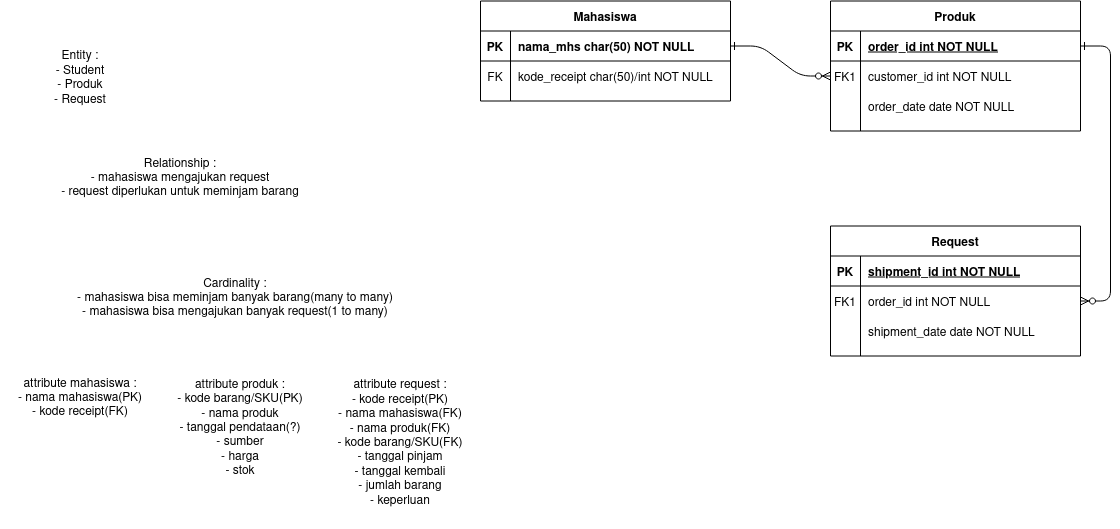
The draw.io diagram diagrams/ER diagram.drawio.png in johannfac/aplikasipeminjamanaset, before a commit. Source tidied: cells renumbered, new cells last; positions are measured from the earlier drawing's top-left corner, leaving out a move shared by most shapes.
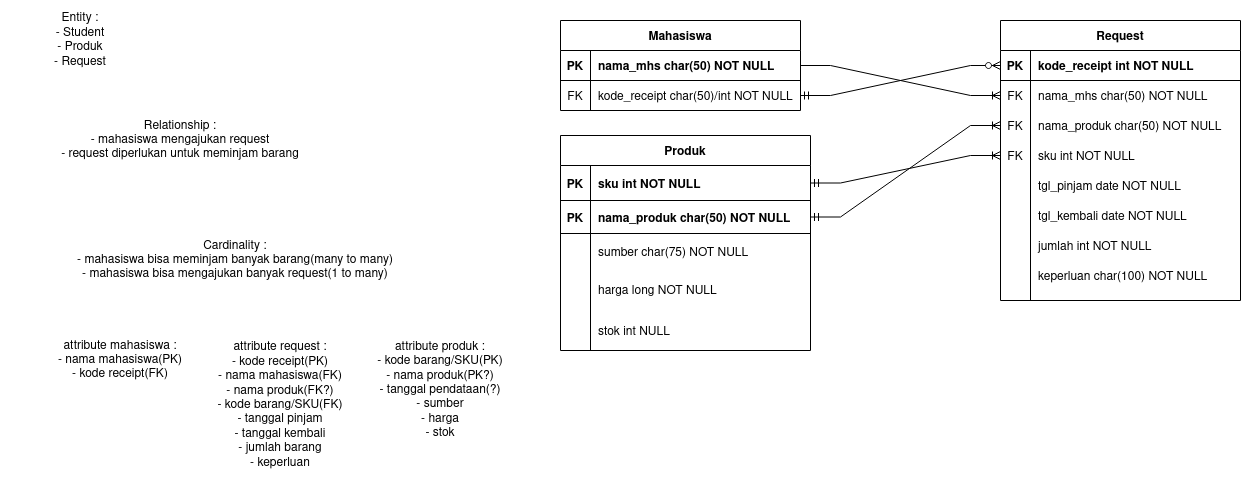
Above is the later version.

Diff of the diagram source:
```diff
@@ -2,92 +2,101 @@
   <root>
     <mxCell id="0" />
     <mxCell id="1" parent="0" />
-    <mxCell id="2" style="edgeStyle=entityRelationEdgeStyle;endArrow=ERzeroToMany;startArrow=ERone;endFill=1;startFill=0;" parent="1" edge="1" source="25" target="8">
-      <mxGeometry relative="1" as="geometry" />
-    </mxCell>
-    <mxCell id="3" style="edgeStyle=entityRelationEdgeStyle;endArrow=ERzeroToMany;startArrow=ERone;endFill=1;startFill=0;" parent="1" edge="1" source="5" target="18">
-      <mxGeometry relative="1" as="geometry" />
-    </mxCell>
-    <mxCell id="4" value="Produk" style="shape=table;startSize=30;rowLines=0;fontStyle=1;align=center;fontColor=default;fillColor=default;strokeColor=default;" parent="1" vertex="1">
-      <mxGeometry x="830" y="0.5" width="250" height="130" as="geometry" />
-    </mxCell>
-    <mxCell id="5" style="shape=partialRectangle;fillColor=none;points=[[0,0.5],[1,0.5]];portConstraint=eastwest;top=0;left=0;right=0;bottom=1;" parent="4" vertex="1">
-      <mxGeometry y="30" width="250" height="30" as="geometry" />
-    </mxCell>
-    <mxCell id="6" value="PK" style="shape=partialRectangle;overflow=hidden;fillColor=none;top=0;left=0;bottom=0;right=0;fontStyle=1;" parent="5" vertex="1">
-      <mxGeometry width="30" height="30" as="geometry" />
-    </mxCell>
-    <mxCell id="7" value="order_id int NOT NULL " style="shape=partialRectangle;overflow=hidden;fillColor=none;top=0;left=0;bottom=0;right=0;align=left;spacingLeft=6;fontStyle=5;" parent="5" vertex="1">
-      <mxGeometry x="30" width="220" height="30" as="geometry" />
-    </mxCell>
-    <mxCell id="8" style="shape=partialRectangle;fillColor=none;points=[[0,0.5],[1,0.5]];portConstraint=eastwest;top=0;left=0;right=0;bottom=0;" parent="4" vertex="1">
-      <mxGeometry y="60" width="250" height="30" as="geometry" />
-    </mxCell>
-    <mxCell id="9" value="FK1" style="shape=partialRectangle;overflow=hidden;fillColor=none;top=0;left=0;bottom=0;right=0;" parent="8" vertex="1">
-      <mxGeometry width="30" height="30" as="geometry" />
-    </mxCell>
-    <mxCell id="10" value="customer_id int NOT NULL" style="shape=partialRectangle;overflow=hidden;fillColor=none;top=0;left=0;bottom=0;right=0;align=left;spacingLeft=6;" parent="8" vertex="1">
-      <mxGeometry x="30" width="220" height="30" as="geometry" />
-    </mxCell>
-    <mxCell id="11" style="shape=partialRectangle;fillColor=none;top=0;left=0;right=0;bottom=0;" parent="4" vertex="1">
-      <mxGeometry y="90" width="250" height="30" as="geometry" />
-    </mxCell>
-    <mxCell id="12" style="shape=partialRectangle;overflow=hidden;fillColor=none;top=0;left=0;bottom=0;right=0;" parent="11" vertex="1">
-      <mxGeometry width="30" height="30" as="geometry" />
-    </mxCell>
-    <mxCell id="13" value="order_date date NOT NULL" style="shape=partialRectangle;overflow=hidden;fillColor=none;top=0;left=0;bottom=0;right=0;align=left;spacingLeft=6;" parent="11" vertex="1">
-      <mxGeometry x="30" width="220" height="30" as="geometry" />
-    </mxCell>
     <mxCell id="14" value="Request" style="shape=table;startSize=30;rowLines=0;fontStyle=1;align=center;fontColor=default;fillColor=default;strokeColor=default;" parent="1" vertex="1">
-      <mxGeometry x="830" y="225.5" width="250" height="130" as="geometry" />
+      <mxGeometry x="1000" y="58" width="240" height="280" as="geometry" />
     </mxCell>
     <mxCell id="15" style="shape=partialRectangle;fillColor=none;points=[[0,0.5],[1,0.5]];portConstraint=eastwest;top=0;left=0;right=0;bottom=1;" parent="14" vertex="1">
-      <mxGeometry y="30" width="250" height="30" as="geometry" />
+      <mxGeometry y="30" width="240" height="30" as="geometry" />
     </mxCell>
     <mxCell id="16" value="PK" style="shape=partialRectangle;overflow=hidden;fillColor=none;top=0;left=0;bottom=0;right=0;fontStyle=1;" parent="15" vertex="1">
       <mxGeometry width="30" height="30" as="geometry" />
     </mxCell>
-    <mxCell id="17" value="shipment_id int NOT NULL " style="shape=partialRectangle;overflow=hidden;fillColor=none;top=0;left=0;bottom=0;right=0;align=left;spacingLeft=6;fontStyle=5;" parent="15" vertex="1">
-      <mxGeometry x="30" width="220" height="30" as="geometry" />
+    <mxCell id="17" value="kode_receipt int NOT NULL " style="shape=partialRectangle;overflow=hidden;fillColor=none;top=0;left=0;bottom=0;right=0;align=left;spacingLeft=6;fontStyle=1;fontColor=default;" parent="15" vertex="1">
+      <mxGeometry x="30" width="210" height="30" as="geometry" />
     </mxCell>
+    <mxCell id="37" style="shape=partialRectangle;fillColor=none;top=0;left=0;bottom=0;right=0;points=[[0,0.5],[1,0.5]];portConstraint=eastwest;fontColor=default;strokeColor=default;align=left;" parent="14" vertex="1">
+      <mxGeometry y="60" width="240" height="30" as="geometry" />
+    </mxCell>
+    <mxCell id="38" value="FK" style="shape=partialRectangle;fillColor=none;top=0;left=0;bottom=0;right=0;fontStyle=0;overflow=hidden;fontColor=default;strokeColor=default;align=center;" parent="37" vertex="1">
+      <mxGeometry width="30" height="30" as="geometry" />
+    </mxCell>
+    <mxCell id="39" value="nama_mhs char(50) NOT NULL" style="shape=partialRectangle;fillColor=none;top=0;left=0;bottom=0;right=0;align=left;spacingLeft=6;fontStyle=0;overflow=hidden;fontColor=default;strokeColor=default;" parent="37" vertex="1">
+      <mxGeometry x="30" width="210" height="30" as="geometry" />
+    </mxCell>
     <mxCell id="18" style="shape=partialRectangle;fillColor=none;points=[[0,0.5],[1,0.5]];portConstraint=eastwest;top=0;left=0;right=0;bottom=0;" parent="14" vertex="1">
-      <mxGeometry y="60" width="250" height="30" as="geometry" />
+      <mxGeometry y="90" width="240" height="30" as="geometry" />
     </mxCell>
-    <mxCell id="19" value="FK1" style="shape=partialRectangle;overflow=hidden;fillColor=none;top=0;left=0;bottom=0;right=0;" parent="18" vertex="1">
+    <mxCell id="19" value="FK" style="shape=partialRectangle;overflow=hidden;fillColor=none;top=0;left=0;bottom=0;right=0;fontColor=default;" parent="18" vertex="1">
       <mxGeometry width="30" height="30" as="geometry" />
     </mxCell>
-    <mxCell id="20" value="order_id int NOT NULL" style="shape=partialRectangle;overflow=hidden;fillColor=none;top=0;left=0;bottom=0;right=0;align=left;spacingLeft=6;" parent="18" vertex="1">
-      <mxGeometry x="30" width="220" height="30" as="geometry" />
+    <mxCell id="20" value="nama_produk char(50) NOT NULL" style="shape=partialRectangle;overflow=hidden;fillColor=none;top=0;left=0;bottom=0;right=0;align=left;spacingLeft=6;fontColor=default;" parent="18" vertex="1">
+      <mxGeometry x="30" width="210" height="30" as="geometry" />
     </mxCell>
+    <mxCell id="40" style="shape=partialRectangle;fillColor=none;top=0;left=0;bottom=0;right=0;points=[[0,0.5],[1,0.5]];portConstraint=eastwest;fontColor=default;strokeColor=default;align=center;" parent="14" vertex="1">
+      <mxGeometry y="120" width="240" height="30" as="geometry" />
+    </mxCell>
+    <mxCell id="41" value="FK" style="shape=partialRectangle;fillColor=none;top=0;left=0;bottom=0;right=0;fontStyle=0;overflow=hidden;fontColor=default;strokeColor=default;align=center;" parent="40" vertex="1">
+      <mxGeometry width="30" height="30" as="geometry" />
+    </mxCell>
+    <mxCell id="42" value="sku int NOT NULL" style="shape=partialRectangle;fillColor=none;top=0;left=0;bottom=0;right=0;align=left;spacingLeft=6;fontStyle=0;overflow=hidden;fontColor=default;strokeColor=default;" parent="40" vertex="1">
+      <mxGeometry x="30" width="210" height="30" as="geometry" />
+    </mxCell>
     <mxCell id="21" style="shape=partialRectangle;fillColor=none;top=0;left=0;right=0;bottom=0;" parent="14" vertex="1">
-      <mxGeometry y="90" width="250" height="30" as="geometry" />
+      <mxGeometry y="150" width="240" height="30" as="geometry" />
     </mxCell>
     <mxCell id="22" style="shape=partialRectangle;overflow=hidden;fillColor=none;top=0;left=0;bottom=0;right=0;" parent="21" vertex="1">
       <mxGeometry width="30" height="30" as="geometry" />
     </mxCell>
-    <mxCell id="23" value="shipment_date date NOT NULL" style="shape=partialRectangle;overflow=hidden;fillColor=none;top=0;left=0;bottom=0;right=0;align=left;spacingLeft=6;" parent="21" vertex="1">
-      <mxGeometry x="30" width="220" height="30" as="geometry" />
+    <mxCell id="23" value="tgl_pinjam date NOT NULL" style="shape=partialRectangle;overflow=hidden;fillColor=none;top=0;left=0;bottom=0;right=0;align=left;spacingLeft=6;fontColor=default;" parent="21" vertex="1">
+      <mxGeometry x="30" width="210" height="30" as="geometry" />
     </mxCell>
+    <mxCell id="43" style="shape=partialRectangle;fillColor=none;top=0;left=0;bottom=0;right=0;fontColor=default;strokeColor=default;align=center;" parent="14" vertex="1">
+      <mxGeometry y="180" width="240" height="30" as="geometry" />
+    </mxCell>
+    <mxCell id="44" style="shape=partialRectangle;fillColor=none;top=0;left=0;bottom=0;right=0;overflow=hidden;fontColor=default;strokeColor=default;align=center;" parent="43" vertex="1">
+      <mxGeometry width="30" height="30" as="geometry" />
+    </mxCell>
+    <mxCell id="45" value="tgl_kembali date NOT NULL" style="shape=partialRectangle;fillColor=none;top=0;left=0;bottom=0;right=0;align=left;spacingLeft=6;overflow=hidden;fontColor=default;strokeColor=default;" parent="43" vertex="1">
+      <mxGeometry x="30" width="210" height="30" as="geometry" />
+    </mxCell>
+    <mxCell id="46" style="shape=partialRectangle;fillColor=none;top=0;left=0;bottom=0;right=0;fontColor=default;strokeColor=default;align=center;" parent="14" vertex="1">
+      <mxGeometry y="210" width="240" height="30" as="geometry" />
+    </mxCell>
+    <mxCell id="47" style="shape=partialRectangle;fillColor=none;top=0;left=0;bottom=0;right=0;overflow=hidden;fontColor=default;strokeColor=default;align=center;" parent="46" vertex="1">
+      <mxGeometry width="30" height="30" as="geometry" />
+    </mxCell>
+    <mxCell id="48" value="jumlah int NOT NULL" style="shape=partialRectangle;fillColor=none;top=0;left=0;bottom=0;right=0;align=left;spacingLeft=6;overflow=hidden;fontColor=default;strokeColor=default;" parent="46" vertex="1">
+      <mxGeometry x="30" width="210" height="30" as="geometry" />
+    </mxCell>
+    <mxCell id="49" style="shape=partialRectangle;fillColor=none;top=0;left=0;bottom=0;right=0;fontColor=default;strokeColor=default;align=center;" parent="14" vertex="1">
+      <mxGeometry y="240" width="240" height="30" as="geometry" />
+    </mxCell>
+    <mxCell id="50" style="shape=partialRectangle;fillColor=none;top=0;left=0;bottom=0;right=0;overflow=hidden;fontColor=default;strokeColor=default;align=center;" parent="49" vertex="1">
+      <mxGeometry width="30" height="30" as="geometry" />
+    </mxCell>
+    <mxCell id="51" value="keperluan char(100) NOT NULL" style="shape=partialRectangle;fillColor=none;top=0;left=0;bottom=0;right=0;align=left;spacingLeft=6;overflow=hidden;fontColor=default;strokeColor=default;" parent="49" vertex="1">
+      <mxGeometry x="30" width="210" height="30" as="geometry" />
+    </mxCell>
     <mxCell id="24" value="Mahasiswa" style="shape=table;startSize=30;rowLines=0;fontStyle=1;align=center;fontColor=default;fillColor=default;strokeColor=default;" parent="1" vertex="1">
-      <mxGeometry x="480" y="0.5" width="250" height="100" as="geometry" />
+      <mxGeometry x="560" y="58" width="240" height="90" as="geometry" />
     </mxCell>
     <mxCell id="25" style="shape=partialRectangle;fillColor=none;points=[[0,0.5],[1,0.5]];portConstraint=eastwest;top=0;left=0;right=0;bottom=1;" parent="24" vertex="1">
-      <mxGeometry y="30" width="250" height="30" as="geometry" />
+      <mxGeometry y="30" width="240" height="30" as="geometry" />
     </mxCell>
     <mxCell id="26" value="PK" style="shape=partialRectangle;overflow=hidden;fillColor=none;top=0;left=0;bottom=0;right=0;fontStyle=1;" parent="25" vertex="1">
       <mxGeometry width="30" height="30" as="geometry" />
     </mxCell>
     <mxCell id="27" value="nama_mhs char(50) NOT NULL " style="shape=partialRectangle;overflow=hidden;fillColor=none;top=0;left=0;bottom=0;right=0;align=left;spacingLeft=6;fontStyle=1;fontColor=default;" parent="25" vertex="1">
-      <mxGeometry x="30" width="220" height="30" as="geometry" />
+      <mxGeometry x="30" width="210" height="30" as="geometry" />
     </mxCell>
     <mxCell id="28" style="shape=partialRectangle;fillColor=none;points=[[0,0.5],[1,0.5]];portConstraint=eastwest;top=0;left=0;right=0;bottom=0;" parent="24" vertex="1">
-      <mxGeometry y="60" width="250" height="30" as="geometry" />
+      <mxGeometry y="60" width="240" height="30" as="geometry" />
     </mxCell>
     <mxCell id="29" value="FK" style="shape=partialRectangle;overflow=hidden;fillColor=none;top=0;left=0;bottom=0;right=0;fontColor=default;fontStyle=0;" parent="28" vertex="1">
       <mxGeometry width="30" height="30" as="geometry" />
     </mxCell>
     <mxCell id="30" value="kode_receipt char(50)/int NOT NULL" style="shape=partialRectangle;overflow=hidden;fillColor=none;top=0;left=0;bottom=0;right=0;align=left;spacingLeft=6;fontColor=default;strokeColor=default;fontStyle=0;" parent="28" vertex="1">
-      <mxGeometry x="30" width="220" height="30" as="geometry" />
+      <mxGeometry x="30" width="210" height="30" as="geometry" />
     </mxCell>
     <mxCell id="31" value="&lt;div&gt;Entity :&lt;/div&gt;&lt;div&gt;- Student&lt;/div&gt;&lt;div&gt;- Produk&lt;/div&gt;&lt;div&gt;- Request&lt;br&gt;&lt;/div&gt;" style="text;html=1;strokeColor=none;fillColor=none;align=center;verticalAlign=middle;whiteSpace=wrap;rounded=0;fontColor=default;" parent="1" vertex="1">
       <mxGeometry y="38" width="160" height="80" as="geometry" />
@@ -99,13 +108,73 @@
       <mxGeometry y="238" width="470" height="120" as="geometry" />
     </mxCell>
     <mxCell id="34" value="&lt;div&gt;attribute mahasiswa :&lt;/div&gt;&lt;div&gt;- nama mahasiswa(PK)&lt;br&gt;&lt;/div&gt;&lt;div&gt;- kode receipt(FK)&lt;br&gt;&lt;/div&gt;" style="text;html=1;strokeColor=none;fillColor=none;align=center;verticalAlign=middle;whiteSpace=wrap;rounded=0;fontColor=default;" parent="1" vertex="1">
-      <mxGeometry y="358" width="160" height="80" as="geometry" />
+      <mxGeometry x="40" y="358" width="160" height="80" as="geometry" />
     </mxCell>
-    <mxCell id="35" value="&lt;div&gt;attribute produk :&lt;/div&gt;&lt;div&gt;- kode barang/SKU(PK)&lt;/div&gt;&lt;div&gt;- nama produk&lt;/div&gt;&lt;div&gt;- tanggal pendataan(?)&lt;br&gt;&lt;/div&gt;&lt;div&gt;- sumber&lt;br&gt;&lt;/div&gt;&lt;div&gt;- harga&lt;/div&gt;&lt;div&gt;- stok&lt;br&gt;&lt;/div&gt;" style="text;html=1;strokeColor=none;fillColor=none;align=center;verticalAlign=middle;whiteSpace=wrap;rounded=0;fontColor=default;" parent="1" vertex="1">
-      <mxGeometry x="160" y="358" width="160" height="140" as="geometry" />
+    <mxCell id="35" value="&lt;div&gt;attribute produk :&lt;/div&gt;&lt;div&gt;- kode barang/SKU(PK)&lt;/div&gt;&lt;div&gt;- nama produk(PK?)&lt;/div&gt;&lt;div&gt;- tanggal pendataan(?)&lt;br&gt;&lt;/div&gt;&lt;div&gt;- sumber&lt;br&gt;&lt;/div&gt;&lt;div&gt;- harga&lt;/div&gt;&lt;div&gt;- stok&lt;br&gt;&lt;/div&gt;" style="text;html=1;strokeColor=none;fillColor=none;align=center;verticalAlign=middle;whiteSpace=wrap;rounded=0;fontColor=default;" parent="1" vertex="1">
+      <mxGeometry x="360" y="358" width="160" height="140" as="geometry" />
     </mxCell>
-    <mxCell id="36" value="&lt;div&gt;attribute request :&lt;/div&gt;&lt;div&gt;- kode receipt(PK)&lt;/div&gt;&lt;div&gt;- nama mahasiswa(FK)&lt;/div&gt;&lt;div&gt;- nama produk(FK)&lt;/div&gt;&lt;div&gt;- kode barang/SKU(FK)&lt;/div&gt;&lt;div&gt;- tanggal pinjam&lt;/div&gt;&lt;div&gt;- tanggal kembali&lt;/div&gt;&lt;div&gt;- jumlah barang&lt;br&gt;&lt;/div&gt;&lt;div&gt;- keperluan&lt;br&gt;&lt;/div&gt;" style="text;html=1;strokeColor=none;fillColor=none;align=center;verticalAlign=middle;whiteSpace=wrap;rounded=0;fontColor=default;" parent="1" vertex="1">
-      <mxGeometry x="320" y="358" width="160" height="170" as="geometry" />
+    <mxCell id="36" value="&lt;div&gt;attribute request :&lt;/div&gt;&lt;div&gt;- kode receipt(PK)&lt;/div&gt;&lt;div&gt;- nama mahasiswa(FK)&lt;/div&gt;&lt;div&gt;- nama produk(FK?)&lt;/div&gt;&lt;div&gt;- kode barang/SKU(FK)&lt;/div&gt;&lt;div&gt;- tanggal pinjam&lt;/div&gt;&lt;div&gt;- tanggal kembali&lt;/div&gt;&lt;div&gt;- jumlah barang&lt;br&gt;&lt;/div&gt;&lt;div&gt;- keperluan&lt;br&gt;&lt;/div&gt;" style="text;html=1;strokeColor=none;fillColor=none;align=center;verticalAlign=middle;whiteSpace=wrap;rounded=0;fontColor=default;" parent="1" vertex="1">
+      <mxGeometry x="200" y="358" width="160" height="170" as="geometry" />
     </mxCell>
+    <mxCell id="4" value="Produk" style="shape=table;startSize=30;rowLines=0;fontStyle=1;align=center;fontColor=default;strokeColor=default;fillColor=default;" parent="1" vertex="1">
+      <mxGeometry x="560" y="173" width="250" height="215" as="geometry" />
+    </mxCell>
+    <mxCell id="52" style="shape=partialRectangle;fillColor=none;top=0;left=0;bottom=1;right=0;points=[[0,0.5],[1,0.5]];portConstraint=eastwest;fontColor=default;strokeColor=default;align=left;" parent="4" vertex="1">
+      <mxGeometry y="30" width="250" height="35" as="geometry" />
+    </mxCell>
+    <mxCell id="53" value="PK" style="shape=partialRectangle;fillColor=none;top=0;left=0;bottom=0;right=0;fontStyle=1;overflow=hidden;fontColor=default;strokeColor=default;align=center;" parent="52" vertex="1">
+      <mxGeometry width="30" height="35" as="geometry" />
+    </mxCell>
+    <mxCell id="54" value="sku int NOT NULL" style="shape=partialRectangle;fillColor=none;top=0;left=0;bottom=0;right=0;align=left;spacingLeft=6;fontStyle=1;overflow=hidden;fontColor=default;strokeColor=default;" parent="52" vertex="1">
+      <mxGeometry x="30" width="220" height="35" as="geometry" />
+    </mxCell>
+    <mxCell id="55" style="shape=partialRectangle;fillColor=none;top=0;left=0;bottom=1;right=0;points=[[0,0.5],[1,0.5]];portConstraint=eastwest;fontColor=default;strokeColor=default;align=center;" parent="4" vertex="1">
+      <mxGeometry y="65" width="250" height="33" as="geometry" />
+    </mxCell>
+    <mxCell id="56" value="PK" style="shape=partialRectangle;fillColor=none;top=0;left=0;bottom=0;right=0;fontStyle=1;overflow=hidden;fontColor=default;strokeColor=default;align=center;" parent="55" vertex="1">
+      <mxGeometry width="30" height="33" as="geometry" />
+    </mxCell>
+    <mxCell id="57" value="nama_produk char(50) NOT NULL" style="shape=partialRectangle;fillColor=none;top=0;left=0;bottom=0;right=0;align=left;spacingLeft=6;fontStyle=1;overflow=hidden;fontColor=default;strokeColor=default;" parent="55" vertex="1">
+      <mxGeometry x="30" width="220" height="33" as="geometry" />
+    </mxCell>
+    <mxCell id="58" style="shape=partialRectangle;fillColor=none;top=0;left=0;bottom=0;right=0;fontColor=default;strokeColor=default;align=left;" parent="4" vertex="1">
+      <mxGeometry y="98" width="250" height="35" as="geometry" />
+    </mxCell>
+    <mxCell id="59" style="shape=partialRectangle;fillColor=none;top=0;left=0;bottom=0;right=0;overflow=hidden;fontColor=default;strokeColor=default;align=left;" parent="58" vertex="1">
+      <mxGeometry width="30" height="35" as="geometry" />
+    </mxCell>
+    <mxCell id="60" value="sumber char(75) NOT NULL" style="shape=partialRectangle;fillColor=none;top=0;left=0;bottom=0;right=0;align=left;spacingLeft=6;overflow=hidden;fontColor=default;strokeColor=default;" parent="58" vertex="1">
+      <mxGeometry x="30" width="220" height="35" as="geometry" />
+    </mxCell>
+    <mxCell id="61" style="shape=partialRectangle;fillColor=none;top=0;left=0;bottom=0;right=0;fontColor=default;strokeColor=default;align=left;" parent="4" vertex="1">
+      <mxGeometry y="133" width="250" height="42" as="geometry" />
+    </mxCell>
+    <mxCell id="62" style="shape=partialRectangle;fillColor=none;top=0;left=0;bottom=0;right=0;overflow=hidden;fontColor=default;strokeColor=default;align=left;" parent="61" vertex="1">
+      <mxGeometry width="30" height="42" as="geometry" />
+    </mxCell>
+    <mxCell id="63" value="harga long NOT NULL" style="shape=partialRectangle;fillColor=none;top=0;left=0;bottom=0;right=0;align=left;spacingLeft=6;overflow=hidden;fontColor=default;strokeColor=default;" parent="61" vertex="1">
+      <mxGeometry x="30" width="220" height="42" as="geometry" />
+    </mxCell>
+    <mxCell id="64" style="shape=partialRectangle;fillColor=none;top=0;left=0;bottom=0;right=0;fontColor=default;strokeColor=default;align=left;" parent="4" vertex="1">
+      <mxGeometry y="175" width="250" height="40" as="geometry" />
+    </mxCell>
+    <mxCell id="65" style="shape=partialRectangle;fillColor=none;top=0;left=0;bottom=0;right=0;overflow=hidden;fontColor=default;strokeColor=default;align=left;" parent="64" vertex="1">
+      <mxGeometry width="30" height="40" as="geometry" />
+    </mxCell>
+    <mxCell id="66" value="stok int NULL" style="shape=partialRectangle;fillColor=none;top=0;left=0;bottom=0;right=0;align=left;spacingLeft=6;overflow=hidden;fontColor=default;strokeColor=default;" parent="64" vertex="1">
+      <mxGeometry x="30" width="220" height="40" as="geometry" />
+    </mxCell>
+    <mxCell id="67" style="edgeStyle=entityRelationEdgeStyle;fontSize=12;html=1;endArrow=ERoneToMany;startArrow=ERmandOne;rounded=0;labelBackgroundColor=default;fontColor=default;strokeColor=default;exitX=1;exitY=0.5;exitDx=0;exitDy=0;entryX=0;entryY=0.5;entryDx=0;entryDy=0;" parent="1" edge="1" source="52" target="40">
+      <mxGeometry relative="1" as="geometry" />
+    </mxCell>
+    <mxCell id="68" style="edgeStyle=entityRelationEdgeStyle;fontSize=12;html=1;endArrow=ERzeroToMany;startArrow=ERmandOne;rounded=0;labelBackgroundColor=default;fontColor=default;strokeColor=default;entryX=0;entryY=0.5;entryDx=0;entryDy=0;exitX=1;exitY=0.5;exitDx=0;exitDy=0;" parent="1" edge="1" source="28" target="15">
+      <mxGeometry relative="1" as="geometry" />
+    </mxCell>
+    <mxCell id="69" style="edgeStyle=entityRelationEdgeStyle;fontSize=12;html=1;endArrow=ERoneToMany;rounded=0;labelBackgroundColor=default;fontColor=default;strokeColor=default;exitX=1;exitY=0.5;exitDx=0;exitDy=0;entryX=0;entryY=0.5;entryDx=0;entryDy=0;" parent="1" edge="1" source="24" target="37">
+      <mxGeometry relative="1" as="geometry" />
+    </mxCell>
+    <mxCell id="70" style="edgeStyle=entityRelationEdgeStyle;fontSize=12;html=1;endArrow=ERoneToMany;startArrow=ERmandOne;rounded=0;labelBackgroundColor=default;fontColor=default;strokeColor=default;exitX=1;exitY=0.5;exitDx=0;exitDy=0;entryX=0;entryY=0.5;entryDx=0;entryDy=0;" parent="1" edge="1" source="55" target="18">
+      <mxGeometry relative="1" as="geometry" />
+    </mxCell>
   </root>
 </mxGraphModel>
```
